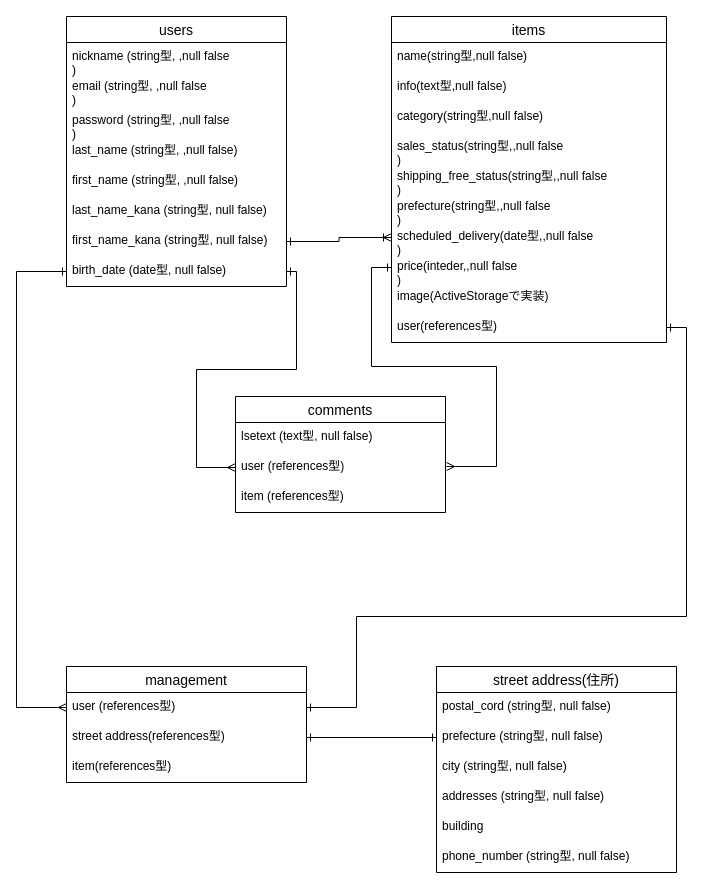
This is page "ページ1" (1 of 2) of furima.dio from sho-ta24/furima-34281, a draw.io file, before an edit. Source tidied: cells renumbered, new cells numbered last; positions are measured from the earlier drawing's top-left corner, leaving out a move shared by most shapes. Both pictures are drawn from the tidied source at 100%, with x=0, y=0 at pixel (16, 16).
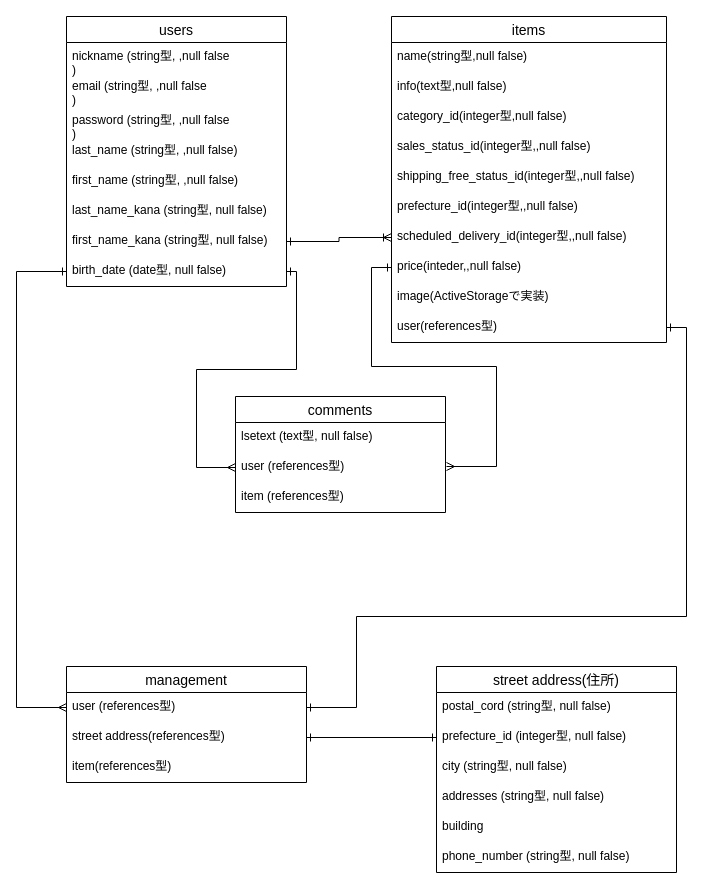
After the change.

Unchanged cells that the change refers to:
```xml
<mxCell id="2" value="items" style="swimlane;fontStyle=0;horizontal=1;startSize=26;align=center;fontSize=14;" parent="1" vertex="1">
  <mxGeometry x="375" width="275" height="326" as="geometry" />
</mxCell>
<mxCell id="17" value="street address(住所)" style="swimlane;fontStyle=0;horizontal=1;startSize=26;align=center;fontSize=14;" parent="1" vertex="1">
  <mxGeometry x="420" y="650" width="240" height="206" as="geometry" />
</mxCell>
```

Diff of the diagram source:
```diff
@@
-    <mxCell id="5" value="category(string型,null false)" style="text;strokeColor=none;fillColor=none;spacingLeft=4;spacingRight=4;overflow=hidden;fontSize=12;" parent="2" vertex="1">
+    <mxCell id="5" value="category_id(integer型,null false)" style="text;strokeColor=none;fillColor=none;spacingLeft=4;spacingRight=4;overflow=hidden;fontSize=12;" parent="2" vertex="1">
       <mxGeometry y="86" width="275" height="30" as="geometry" />
     </mxCell>
-    <mxCell id="6" value="sales_status(string型,,null false&#10;)" style="text;strokeColor=none;fillColor=none;spacingLeft=4;spacingRight=4;overflow=hidden;fontSize=12;" parent="2" vertex="1">
+    <mxCell id="6" value="sales_status_id(integer型,,null false)" style="text;strokeColor=none;fillColor=none;spacingLeft=4;spacingRight=4;overflow=hidden;fontSize=12;" parent="2" vertex="1">
       <mxGeometry y="116" width="275" height="30" as="geometry" />
     </mxCell>
-    <mxCell id="7" value="shipping_free_status(string型,,null false&#10;)" style="text;strokeColor=none;fillColor=none;spacingLeft=4;spacingRight=4;overflow=hidden;fontSize=12;" parent="2" vertex="1">
+    <mxCell id="7" value="shipping_free_status_id(integer型,,null false)" style="text;strokeColor=none;fillColor=none;spacingLeft=4;spacingRight=4;overflow=hidden;fontSize=12;" parent="2" vertex="1">
       <mxGeometry y="146" width="275" height="30" as="geometry" />
     </mxCell>
-    <mxCell id="8" value="prefecture(string型,,null false&#10;)" style="text;strokeColor=none;fillColor=none;spacingLeft=4;spacingRight=4;overflow=hidden;fontSize=12;" parent="2" vertex="1">
+    <mxCell id="8" value="prefecture_id(integer型,,null false)" style="text;strokeColor=none;fillColor=none;spacingLeft=4;spacingRight=4;overflow=hidden;fontSize=12;" parent="2" vertex="1">
       <mxGeometry y="176" width="275" height="30" as="geometry" />
     </mxCell>
-    <mxCell id="9" value="scheduled_delivery(date型,,null false&#10;)" style="text;strokeColor=none;fillColor=none;spacingLeft=4;spacingRight=4;overflow=hidden;points=[[0,0.5],[1,0.5]];portConstraint=eastwest;fontSize=12;" parent="2" vertex="1">
+    <mxCell id="9" value="scheduled_delivery_id(integer型,,null false)" style="text;strokeColor=none;fillColor=none;spacingLeft=4;spacingRight=4;overflow=hidden;points=[[0,0.5],[1,0.5]];portConstraint=eastwest;fontSize=12;" parent="2" vertex="1">
       <mxGeometry y="206" width="275" height="30" as="geometry" />
     </mxCell>
-    <mxCell id="10" value="price(inteder,,null false&#10;)" style="text;strokeColor=none;fillColor=none;spacingLeft=4;spacingRight=4;overflow=hidden;points=[[0,0.5],[1,0.5]];portConstraint=eastwest;fontSize=12;" parent="2" vertex="1">
+    <mxCell id="10" value="price(inteder,,null false)" style="text;strokeColor=none;fillColor=none;spacingLeft=4;spacingRight=4;overflow=hidden;points=[[0,0.5],[1,0.5]];portConstraint=eastwest;fontSize=12;" parent="2" vertex="1">
       <mxGeometry y="236" width="275" height="30" as="geometry" />
     </mxCell>
@@
-    <mxCell id="19" value="prefecture (string型, null false)" style="text;strokeColor=none;fillColor=none;spacingLeft=4;spacingRight=4;overflow=hidden;points=[[0,0.5],[1,0.5]];portConstraint=eastwest;fontSize=12;" parent="17" vertex="1">
+    <mxCell id="19" value="prefecture_id (integer型, null false)" style="text;strokeColor=none;fillColor=none;spacingLeft=4;spacingRight=4;overflow=hidden;points=[[0,0.5],[1,0.5]];portConstraint=eastwest;fontSize=12;" parent="17" vertex="1">
       <mxGeometry y="56" width="240" height="30" as="geometry" />
     </mxCell>
```
